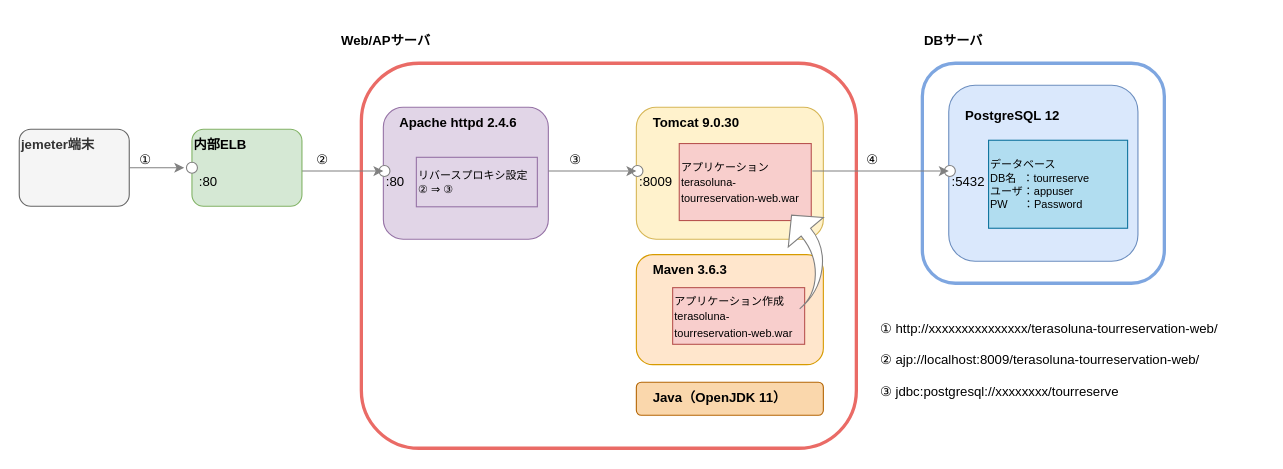
Earlier version of the draw.io diagram page "ページ2" (2 of 3) of big-ip.drawio (muroya2355/aws_performance_test). Source tidied: cells renumbered, new cells numbered last; positions are measured from the earlier drawing's top-left corner, leaving out a move shared by most shapes. Both pictures are drawn from the tidied source at 110%, with x=0, y=0 at pixel (19, 19).
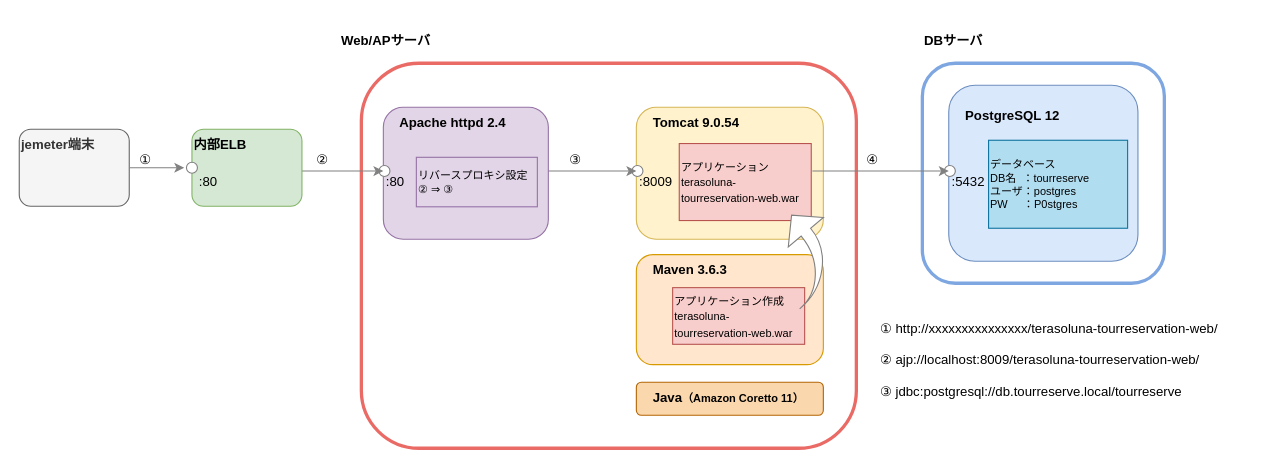
Above is the later version.

The edit, as a diff of the source:
```diff
@@
-    <mxCell id="4" value="&lt;b&gt;&amp;nbsp; &amp;nbsp; Apache httpd 2.4.6&lt;/b&gt;" style="rounded=1;whiteSpace=wrap;html=1;align=left;verticalAlign=top;fillColor=#e1d5e7;strokeColor=#9673a6;" parent="1" vertex="1">
+    <mxCell id="4" value="&lt;b&gt;&amp;nbsp; &amp;nbsp; Apache httpd 2.4&lt;/b&gt;" style="rounded=1;whiteSpace=wrap;html=1;align=left;verticalAlign=top;fillColor=#e1d5e7;strokeColor=#9673a6;" parent="1" vertex="1">
       <mxGeometry x="331" y="80" width="150" height="120" as="geometry" />
     </mxCell>
-    <mxCell id="5" value="&lt;b&gt;&amp;nbsp; &amp;nbsp; Tomcat 9.0.30&lt;/b&gt;" style="rounded=1;whiteSpace=wrap;html=1;align=left;verticalAlign=top;fillColor=#fff2cc;strokeColor=#d6b656;" parent="1" vertex="1">
+    <mxCell id="5" value="&lt;b&gt;&amp;nbsp; &amp;nbsp; Tomcat 9.0.54&lt;/b&gt;" style="rounded=1;whiteSpace=wrap;html=1;align=left;verticalAlign=top;fillColor=#fff2cc;strokeColor=#d6b656;" parent="1" vertex="1">
       <mxGeometry x="561" y="80" width="170" height="120" as="geometry" />
     </mxCell>
@@
-    <mxCell id="8" value="データベース&lt;br style=&quot;font-size: 10px;&quot;&gt;DB名&amp;nbsp; ：tourreserve&lt;br style=&quot;font-size: 10px;&quot;&gt;ユーザ：appuser&lt;br style=&quot;font-size: 10px;&quot;&gt;PW&amp;nbsp; &amp;nbsp; &amp;nbsp;：Password" style="rounded=0;whiteSpace=wrap;html=1;strokeColor=#10739e;strokeWidth=1;fillColor=#b1ddf0;align=left;fontSize=10;" parent="1" vertex="1">
+    <mxCell id="8" value="データベース&lt;br style=&quot;font-size: 10px&quot;&gt;DB名&amp;nbsp; ：tourreserve&lt;br style=&quot;font-size: 10px&quot;&gt;ユーザ：postgres&lt;br style=&quot;font-size: 10px&quot;&gt;PW&amp;nbsp; &amp;nbsp; &amp;nbsp;：P0stgres" style="rounded=0;whiteSpace=wrap;html=1;strokeColor=#10739e;strokeWidth=1;fillColor=#b1ddf0;align=left;fontSize=10;" parent="1" vertex="1">
       <mxGeometry x="881.2" y="110" width="126.4" height="80" as="geometry" />
     </mxCell>
@@
-    <mxCell id="17" value="① http://xxxxxxxxxxxxxxx/&lt;span style=&quot;white-space: nowrap ; font-size: 12px&quot;&gt;terasoluna-tourreservation-web/&lt;br style=&quot;font-size: 12px&quot;&gt;&lt;br style=&quot;font-size: 12px&quot;&gt;② ajp://localhost:8009/&lt;/span&gt;&lt;span style=&quot;white-space: nowrap ; font-size: 12px&quot;&gt;terasoluna-tourreservation-web/&lt;br style=&quot;font-size: 12px&quot;&gt;&lt;br style=&quot;font-size: 12px&quot;&gt;&lt;/span&gt;&lt;span style=&quot;white-space: nowrap ; font-size: 12px&quot;&gt;③&amp;nbsp;&lt;/span&gt;&lt;span style=&quot;white-space: nowrap ; font-size: 12px&quot;&gt;jdbc:postgresql://xxxxxxxx/tourreserve&lt;/span&gt;&lt;span style=&quot;white-space: nowrap ; font-size: 12px&quot;&gt;&amp;nbsp; &amp;nbsp; &amp;nbsp;&lt;br style=&quot;font-size: 12px&quot;&gt;&lt;/span&gt;" style="text;html=1;strokeColor=none;fillColor=none;align=left;verticalAlign=middle;whiteSpace=wrap;rounded=0;spacing=2;fontSize=12;" parent="1" vertex="1">
+    <mxCell id="17" value="① http://xxxxxxxxxxxxxxx/&lt;span style=&quot;white-space: nowrap ; font-size: 12px&quot;&gt;terasoluna-tourreservation-web/&lt;br style=&quot;font-size: 12px&quot;&gt;&lt;br style=&quot;font-size: 12px&quot;&gt;② ajp://localhost:8009/&lt;/span&gt;&lt;span style=&quot;white-space: nowrap ; font-size: 12px&quot;&gt;terasoluna-tourreservation-web/&lt;br style=&quot;font-size: 12px&quot;&gt;&lt;br style=&quot;font-size: 12px&quot;&gt;&lt;/span&gt;&lt;span style=&quot;white-space: nowrap ; font-size: 12px&quot;&gt;③&amp;nbsp;&lt;/span&gt;&lt;span style=&quot;white-space: nowrap ; font-size: 12px&quot;&gt;jdbc:postgresql://&lt;/span&gt;db.tourreserve.local&lt;span style=&quot;white-space: nowrap ; font-size: 12px&quot;&gt;/tourreserve&lt;/span&gt;&lt;span style=&quot;white-space: nowrap ; font-size: 12px&quot;&gt;&amp;nbsp; &amp;nbsp; &amp;nbsp;&lt;br style=&quot;font-size: 12px&quot;&gt;&lt;/span&gt;" style="text;html=1;strokeColor=none;fillColor=none;align=left;verticalAlign=middle;whiteSpace=wrap;rounded=0;spacing=2;fontSize=12;" parent="1" vertex="1">
       <mxGeometry x="781" y="260" width="350" height="100" as="geometry" />
     </mxCell>
@@
-    <mxCell id="28" value="&lt;b&gt;&amp;nbsp; &amp;nbsp; Java（OpenJDK 11）&lt;/b&gt;" style="rounded=1;whiteSpace=wrap;html=1;align=left;verticalAlign=top;fillColor=#fad7ac;strokeColor=#b46504;" parent="1" vertex="1">
+    <mxCell id="28" value="&lt;b&gt;&amp;nbsp; &amp;nbsp; Java&lt;font style=&quot;font-size: 10px&quot;&gt;（Amazon Coretto 11）&lt;/font&gt;&lt;/b&gt;" style="rounded=1;whiteSpace=wrap;html=1;align=left;verticalAlign=top;fillColor=#fad7ac;strokeColor=#b46504;" parent="1" vertex="1">
       <mxGeometry x="561" y="330" width="170" height="30" as="geometry" />
     </mxCell>
```
